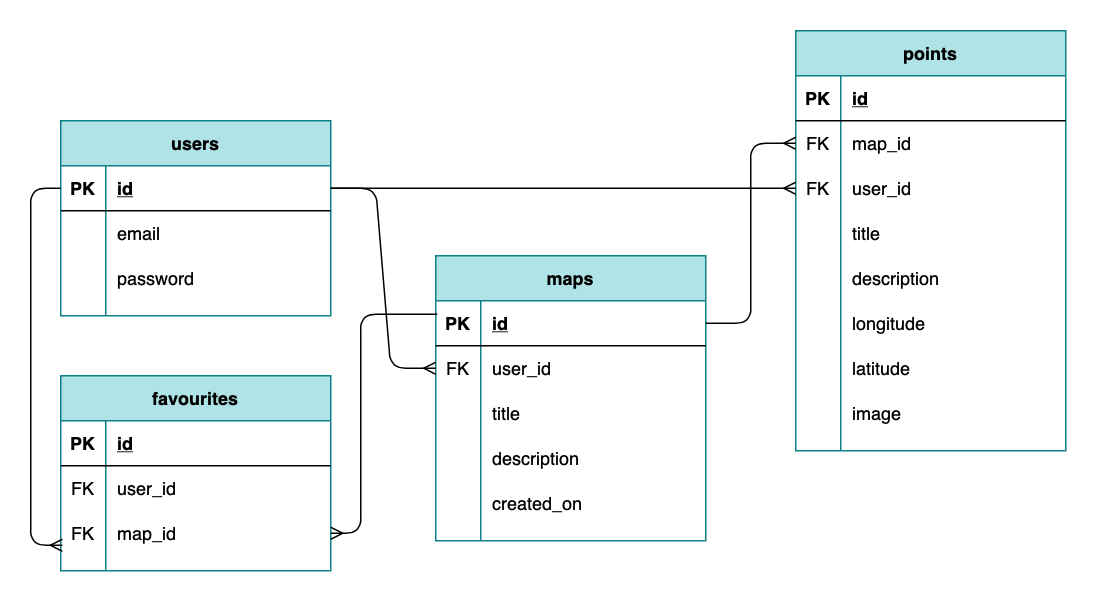
Above: plan/wikimap_erd.png in brodybayley/wikimap (draw.io), before the change. Source tidied: cells renumbered, new cells last; positions are measured from the earlier drawing's top-left corner, leaving out a move shared by most shapes.
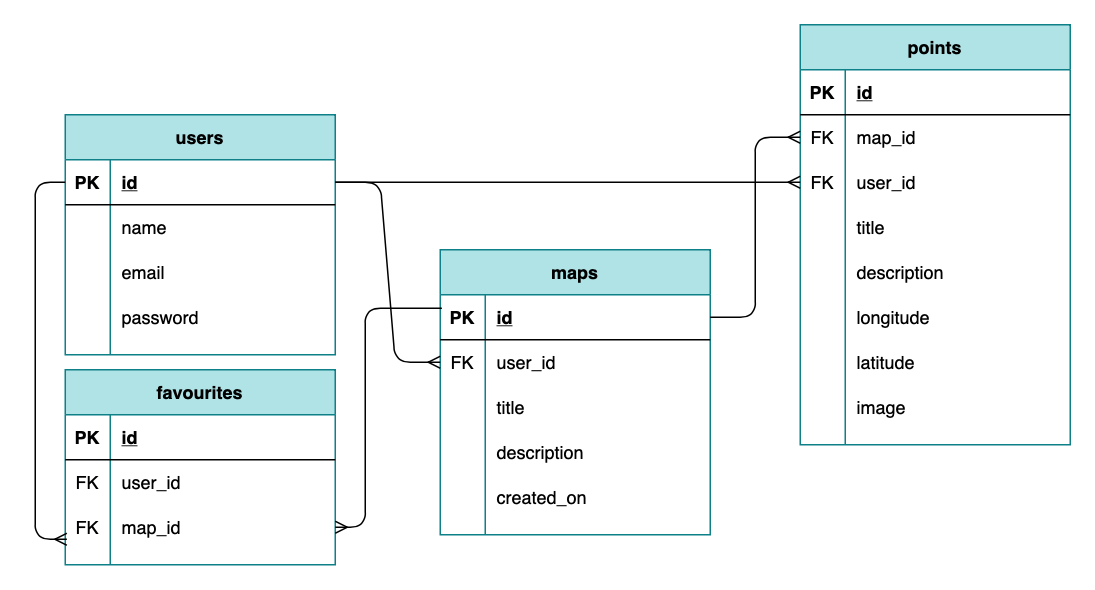
The same file after the commit.

Commit message:
Add user name to personalize logged in experience

What changed in the source:
```diff
@@ -2,11 +2,8 @@
   <root>
     <mxCell id="0" />
     <mxCell id="1" parent="0" />
-    <mxCell id="2" style="rounded=0;whiteSpace=wrap;html=1;strokeColor=none;" parent="1" vertex="1">
-      <mxGeometry width="740" height="400" as="geometry" />
-    </mxCell>
     <mxCell id="3" value="users" style="shape=table;startSize=30;rowLines=0;fontStyle=1;align=center;fillColor=#b0e3e6;strokeColor=#0e8088;" parent="1" vertex="1">
-      <mxGeometry x="40" y="80" width="180" height="130" as="geometry" />
+      <mxGeometry x="40" y="80" width="180" height="160" as="geometry" />
     </mxCell>
     <mxCell id="4" style="shape=partialRectangle;fillColor=none;top=0;left=0;bottom=1;right=0;points=[[0,0.5],[1,0.5]];portConstraint=eastwest;" parent="3" vertex="1">
       <mxGeometry y="30" width="180" height="30" as="geometry" />
@@ -17,8 +14,17 @@
     <mxCell id="6" value="id" style="shape=partialRectangle;fillColor=none;top=0;left=0;bottom=0;right=0;align=left;spacingLeft=6;fontStyle=5;overflow=hidden;" parent="4" vertex="1">
       <mxGeometry x="30" width="150" height="30" as="geometry" />
     </mxCell>
+    <mxCell id="69" style="shape=partialRectangle;fillColor=none;top=0;left=0;bottom=0;right=0;" parent="3" vertex="1">
+      <mxGeometry y="60" width="180" height="30" as="geometry" />
+    </mxCell>
+    <mxCell id="70" style="shape=partialRectangle;fillColor=none;top=0;left=0;bottom=0;right=0;overflow=hidden;" parent="69" vertex="1">
+      <mxGeometry width="30" height="30" as="geometry" />
+    </mxCell>
+    <mxCell id="71" value="name" style="shape=partialRectangle;fillColor=none;top=0;left=0;bottom=0;right=0;align=left;spacingLeft=6;overflow=hidden;" parent="69" vertex="1">
+      <mxGeometry x="30" width="150" height="30" as="geometry" />
+    </mxCell>
     <mxCell id="7" style="shape=partialRectangle;fillColor=none;top=0;left=0;bottom=0;right=0;" parent="3" vertex="1">
-      <mxGeometry y="60" width="180" height="30" as="geometry" />
+      <mxGeometry y="90" width="180" height="30" as="geometry" />
     </mxCell>
     <mxCell id="8" style="shape=partialRectangle;fillColor=none;top=0;left=0;bottom=0;right=0;overflow=hidden;" parent="7" vertex="1">
       <mxGeometry width="30" height="30" as="geometry" />
@@ -27,7 +33,7 @@
       <mxGeometry x="30" width="150" height="30" as="geometry" />
     </mxCell>
     <mxCell id="10" style="shape=partialRectangle;fillColor=none;top=0;left=0;bottom=0;right=0;" parent="3" vertex="1">
-      <mxGeometry y="90" width="180" height="30" as="geometry" />
+      <mxGeometry y="120" width="180" height="30" as="geometry" />
     </mxCell>
     <mxCell id="11" style="shape=partialRectangle;fillColor=none;top=0;left=0;bottom=0;right=0;overflow=hidden;" parent="10" vertex="1">
       <mxGeometry width="30" height="30" as="geometry" />
```
